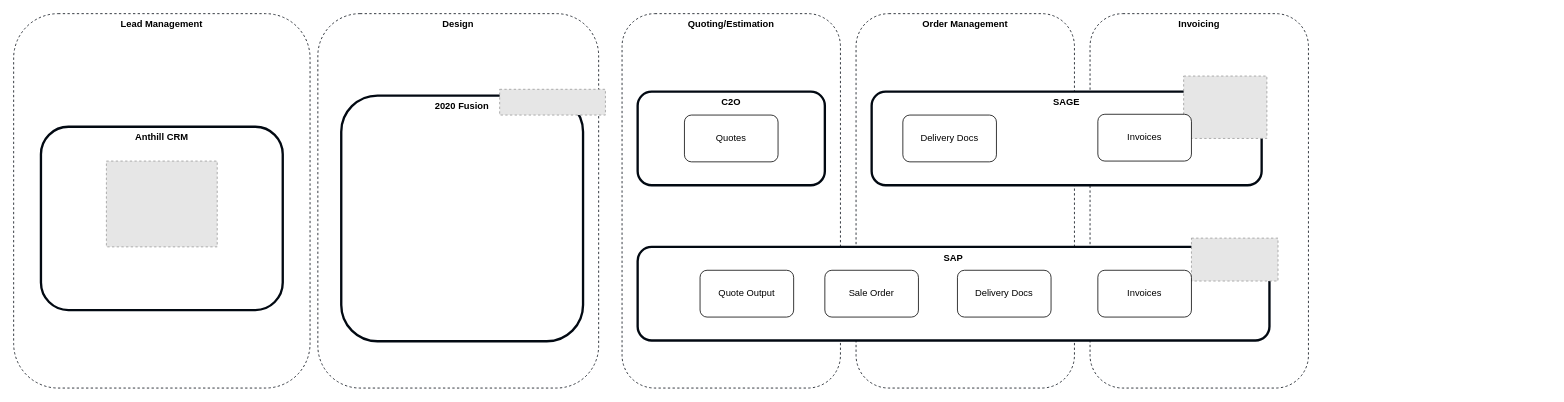
Before: Mendel Finance Changes.drawio in mrf742002/Diagrams, a draw.io diagram. Source tidied: cells renumbered, new cells numbered last; positions are measured from the earlier drawing's top-left corner, leaving out a move shared by most shapes. Both pictures are drawn from the tidied source at 78%, with x=0, y=0 at pixel (13, 13). Pictures stored in the file or linked from it are replaced by grey dashed boxes.
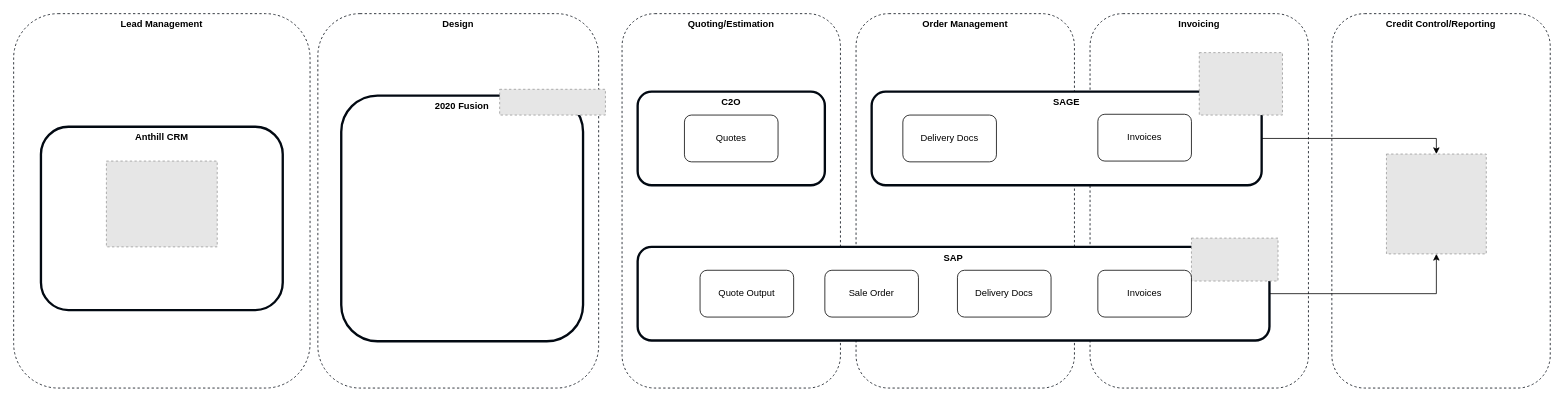
The same diagram, later.

The change refers to these unchanged cells:
```xml
<mxCell id="9" value="&lt;b&gt;SAP&lt;/b&gt;" style="rounded=1;whiteSpace=wrap;html=1;verticalAlign=top;strokeWidth=3;strokeColor=#020912;" parent="1" vertex="1">
  <mxGeometry x="800" y="299" width="810" height="120" as="geometry" />
</mxCell>
<mxCell id="10" value="&lt;b&gt;SAGE&lt;/b&gt;" style="rounded=1;whiteSpace=wrap;html=1;verticalAlign=top;strokeWidth=3;strokeColor=#020912;" parent="1" vertex="1">
  <mxGeometry x="1100" y="100" width="500" height="120" as="geometry" />
</mxCell>
```

The edit, as a diff of the source:
```diff
@@
+    <mxCell id="23" value="&lt;b&gt;Credit Control/Reporting&lt;/b&gt;" style="rounded=1;whiteSpace=wrap;html=1;verticalAlign=top;strokeWidth=1;strokeColor=#020912;dashed=1;" parent="1" vertex="1">
+      <mxGeometry x="1690" width="280" height="480" as="geometry" />
+    </mxCell>
@@
+    <mxCell id="24" style="edgeStyle=orthogonalEdgeStyle;rounded=0;jettySize=auto;html=1;exitX=1;exitY=0.5;exitDx=0;exitDy=0;entryX=0.5;entryY=1;entryDx=0;entryDy=0;" parent="1" edge="1" source="9" target="26">
+      <mxGeometry relative="1" as="geometry" />
+    </mxCell>
@@
+    <mxCell id="25" style="edgeStyle=orthogonalEdgeStyle;rounded=0;jettySize=auto;html=1;exitX=1;exitY=0.5;exitDx=0;exitDy=0;entryX=0.5;entryY=0;entryDx=0;entryDy=0;" parent="1" edge="1" source="10" target="26">
+      <mxGeometry relative="1" as="geometry" />
+    </mxCell>
@@
     <mxCell id="13" style="fillColor=#E6E6E6;strokeColor=#999999;dashed=1;verticalLabelPosition=bottom;labelBackgroundColor=#ffffff;verticalAlign=top;" parent="1" vertex="1">
-      <mxGeometry x="1500" y="80" width="106.7" height="80" as="geometry" />
+      <mxGeometry x="1520" y="50" width="106.7" height="80" as="geometry" />
     </mxCell>
@@
+    <mxCell id="26" style="fillColor=#E6E6E6;strokeColor=#999999;dashed=1;html=1;verticalAlign=top;verticalLabelPosition=bottom;labelBackgroundColor=#ffffff;" parent="1" vertex="1">
+      <mxGeometry x="1760" y="180" width="128" height="128" as="geometry" />
+    </mxCell>
```
